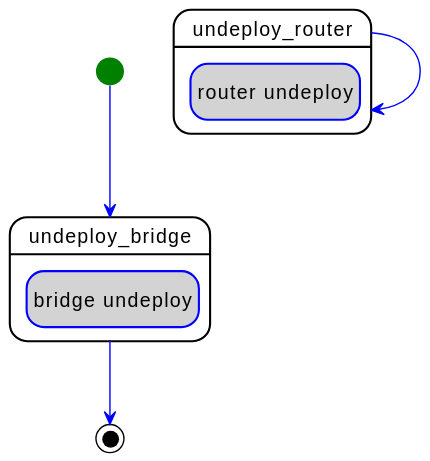
Before: examples/tosca-community-contributions/diagrams/uml2/examples-1.3-turandot-telephony-network-service-simple-data-plane-simple-data-plane-parallel_undeploy-workflow-diagram.svg, a diagram exported from PlantUML (Orange-OpenSource/Cloudnet-TOSCA-toolbox). Its diagram source:
```plantuml
@startuml
hide empty description
skinparam shadowing false
skinparam state {
  ArrowColor blue
  BorderColor blue
  EndColor black
  StartColor green
  BackGroundColor<< step >> white
  BorderColor<< step >> black
  BackGroundColor<< delegate >> lightgrey
  BackGroundColor<< set_state >> white
  BackGroundColor<< call_operation >> lightblue
  BackGroundColor<< inline >> white
}
skinparam ActivityBarColor<<fork>> DarkGreen
skinparam ActivityBarColor<<join>> DarkOrange

state "undeploy_router" as step_parallel_undeploy_undeploy_router << step >> {
  state "router undeploy" as step_parallel_undeploy_undeploy_router_router_undeploy << delegate >>
}
state "undeploy_bridge" as step_parallel_undeploy_undeploy_bridge << step >> {
  state "bridge undeploy" as step_parallel_undeploy_undeploy_bridge_bridge_undeploy << delegate >>
}
step_parallel_undeploy_undeploy_router --> step_parallel_undeploy_undeploy_router
[*] --> step_parallel_undeploy_undeploy_bridge
step_parallel_undeploy_undeploy_bridge --> [*]
@enduml
```
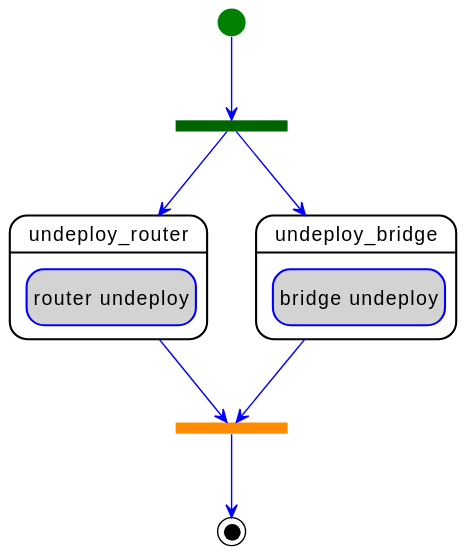
After the commit.

The edit, as a diff of the source:
```diff
@@ -22,7 +22,12 @@
 state "undeploy_bridge" as step_parallel_undeploy_undeploy_bridge << step >> {
   state "bridge undeploy" as step_parallel_undeploy_undeploy_bridge_bridge_undeploy << delegate >>
 }
-step_parallel_undeploy_undeploy_router --> step_parallel_undeploy_undeploy_router
-[*] --> step_parallel_undeploy_undeploy_bridge
-step_parallel_undeploy_undeploy_bridge --> [*]
+state parallel_undeploy_fork <<fork>>
+[*] --> parallel_undeploy_fork
+parallel_undeploy_fork --> step_parallel_undeploy_undeploy_router
+parallel_undeploy_fork --> step_parallel_undeploy_undeploy_bridge
+state parallel_undeploy_join <<join>>
+parallel_undeploy_join --> [*]
+step_parallel_undeploy_undeploy_router --> parallel_undeploy_join
+step_parallel_undeploy_undeploy_bridge --> parallel_undeploy_join
 @enduml
```
